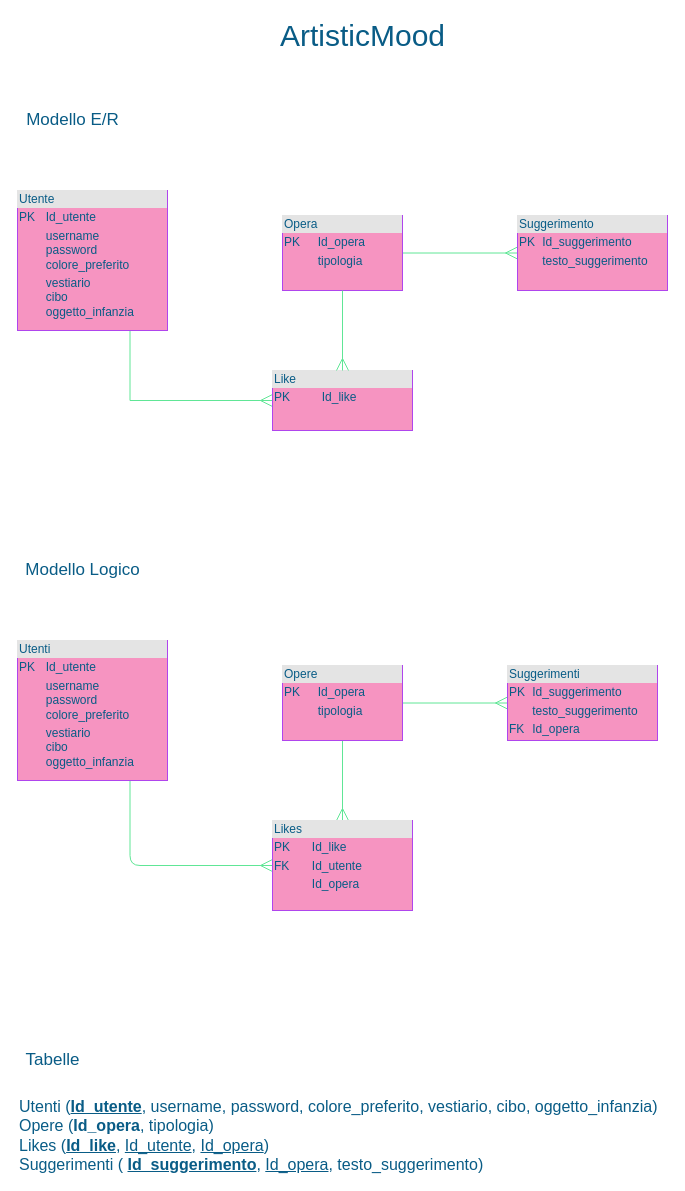
Above: ArtisticMood.drawio in ChiaraGismondi02/ArtisticMood (draw.io), before the change. Source tidied: cells renumbered, new cells numbered last; positions are measured from the earlier drawing's top-left corner, leaving out a move shared by most shapes. Both pictures are drawn from the tidied source at 100%, with x=0, y=0 at pixel (17, 20).
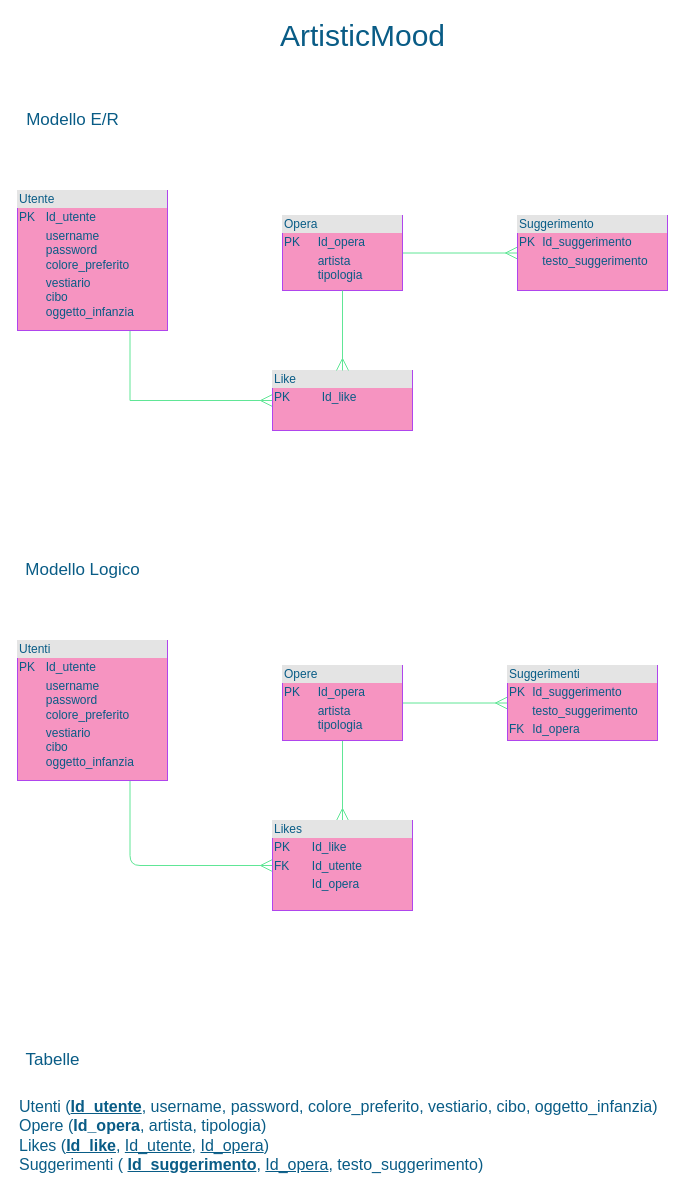
After the change.

Diff of the diagram source:
```diff
@@
-    <mxCell id="5" value="&lt;div style=&quot;box-sizing: border-box ; width: 100% ; background: #e4e4e4 ; padding: 2px&quot;&gt;Opera&lt;/div&gt;&lt;table style=&quot;width: 100% ; font-size: 1em&quot; cellpadding=&quot;2&quot; cellspacing=&quot;0&quot;&gt;&lt;tbody&gt;&lt;tr&gt;&lt;td&gt;PK&lt;/td&gt;&lt;td&gt;Id_opera&lt;/td&gt;&lt;/tr&gt;&lt;tr&gt;&lt;td&gt;&lt;br&gt;&lt;/td&gt;&lt;td&gt;tipologia&lt;/td&gt;&lt;/tr&gt;&lt;tr&gt;&lt;td&gt;&lt;/td&gt;&lt;td&gt;&lt;br&gt;&lt;/td&gt;&lt;/tr&gt;&lt;/tbody&gt;&lt;/table&gt;" style="verticalAlign=top;align=left;overflow=fill;html=1;fillColor=#F694C1;strokeColor=#AF45ED;fontColor=#095C86;" parent="1" vertex="1">
+    <mxCell id="5" value="&lt;div style=&quot;box-sizing: border-box ; width: 100% ; background: #e4e4e4 ; padding: 2px&quot;&gt;Opera&lt;/div&gt;&lt;table style=&quot;width: 100% ; font-size: 1em&quot; cellpadding=&quot;2&quot; cellspacing=&quot;0&quot;&gt;&lt;tbody&gt;&lt;tr&gt;&lt;td&gt;PK&lt;/td&gt;&lt;td&gt;Id_opera&lt;br&gt;&lt;/td&gt;&lt;/tr&gt;&lt;tr&gt;&lt;td&gt;&lt;br&gt;&lt;/td&gt;&lt;td&gt;artista&lt;br&gt;tipologia&lt;/td&gt;&lt;/tr&gt;&lt;tr&gt;&lt;td&gt;&lt;/td&gt;&lt;td&gt;&lt;br&gt;&lt;/td&gt;&lt;/tr&gt;&lt;/tbody&gt;&lt;/table&gt;" style="verticalAlign=top;align=left;overflow=fill;html=1;fillColor=#F694C1;strokeColor=#AF45ED;fontColor=#095C86;" parent="1" vertex="1">
       <mxGeometry x="265" y="195" width="120" height="75" as="geometry" />
     </mxCell>
@@
-    <mxCell id="15" value="&lt;div style=&quot;box-sizing: border-box ; width: 100% ; background: #e4e4e4 ; padding: 2px&quot;&gt;Opere&lt;/div&gt;&lt;table style=&quot;width: 100% ; font-size: 1em&quot; cellpadding=&quot;2&quot; cellspacing=&quot;0&quot;&gt;&lt;tbody&gt;&lt;tr&gt;&lt;td&gt;PK&lt;/td&gt;&lt;td&gt;Id_opera&lt;/td&gt;&lt;/tr&gt;&lt;tr&gt;&lt;td&gt;&lt;br&gt;&lt;/td&gt;&lt;td&gt;tipologia&lt;/td&gt;&lt;/tr&gt;&lt;tr&gt;&lt;td&gt;&lt;br&gt;&lt;/td&gt;&lt;td&gt;&lt;br&gt;&lt;/td&gt;&lt;/tr&gt;&lt;/tbody&gt;&lt;/table&gt;" style="verticalAlign=top;align=left;overflow=fill;html=1;fillColor=#F694C1;strokeColor=#AF45ED;fontColor=#095C86;" parent="1" vertex="1">
+    <mxCell id="15" value="&lt;div style=&quot;box-sizing: border-box ; width: 100% ; background: #e4e4e4 ; padding: 2px&quot;&gt;Opere&lt;/div&gt;&lt;table style=&quot;width: 100% ; font-size: 1em&quot; cellpadding=&quot;2&quot; cellspacing=&quot;0&quot;&gt;&lt;tbody&gt;&lt;tr&gt;&lt;td&gt;PK&lt;/td&gt;&lt;td&gt;Id_opera&lt;/td&gt;&lt;/tr&gt;&lt;tr&gt;&lt;td&gt;&lt;br&gt;&lt;/td&gt;&lt;td&gt;artista&lt;br&gt;tipologia&lt;/td&gt;&lt;/tr&gt;&lt;tr&gt;&lt;td&gt;&lt;br&gt;&lt;/td&gt;&lt;td&gt;&lt;br&gt;&lt;/td&gt;&lt;/tr&gt;&lt;/tbody&gt;&lt;/table&gt;" style="verticalAlign=top;align=left;overflow=fill;html=1;fillColor=#F694C1;strokeColor=#AF45ED;fontColor=#095C86;" parent="1" vertex="1">
       <mxGeometry x="265" y="645" width="120" height="75" as="geometry" />
     </mxCell>
@@
-    <mxCell id="18" value="&lt;font style=&quot;font-size: 16px&quot;&gt;Utenti (&lt;u&gt;&lt;b&gt;Id_utente&lt;/b&gt;&lt;/u&gt;, username, password, colore_preferito, vestiario, cibo, oggetto_infanzia)&lt;br&gt;Opere (&lt;b&gt;Id_opera&lt;/b&gt;, tipologia)&lt;br&gt;Likes (&lt;u&gt;&lt;b&gt;Id_like&lt;/b&gt;&lt;/u&gt;, &lt;u&gt;Id_utente&lt;/u&gt;, &lt;u&gt;Id_opera&lt;/u&gt;)&lt;br&gt;Suggerimenti ( &lt;u&gt;&lt;b&gt;Id_suggerimento&lt;/b&gt;&lt;/u&gt;, &lt;u&gt;Id_opera&lt;/u&gt;, testo_suggerimento)&lt;/font&gt;" style="text;html=1;align=left;verticalAlign=middle;fillColor=none;strokeColor=none;rounded=0;sketch=0;fontColor=#095C86;" parent="1" vertex="1">
+    <mxCell id="18" value="&lt;font style=&quot;font-size: 16px&quot;&gt;Utenti (&lt;u&gt;&lt;b&gt;Id_utente&lt;/b&gt;&lt;/u&gt;, username, password, colore_preferito, vestiario, cibo, oggetto_infanzia)&lt;br&gt;Opere (&lt;b&gt;Id_opera&lt;/b&gt;, artista, tipologia)&lt;br&gt;Likes (&lt;u&gt;&lt;b&gt;Id_like&lt;/b&gt;&lt;/u&gt;, &lt;u&gt;Id_utente&lt;/u&gt;, &lt;u&gt;Id_opera&lt;/u&gt;)&lt;br&gt;Suggerimenti ( &lt;u&gt;&lt;b&gt;Id_suggerimento&lt;/b&gt;&lt;/u&gt;, &lt;u&gt;Id_opera&lt;/u&gt;, testo_suggerimento)&lt;/font&gt;" style="text;html=1;align=left;verticalAlign=middle;fillColor=none;strokeColor=none;rounded=0;sketch=0;fontColor=#095C86;" parent="1" vertex="1">
       <mxGeometry y="1080" width="650" height="70" as="geometry" />
     </mxCell>
```
